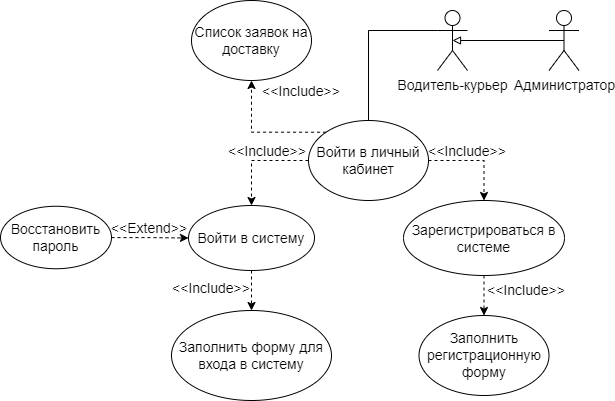
Earlier version of the draw.io export Diagrams/Диаграмма прецедентов (Use-case diagram)/Use Case-Водитель-курьер.drawio.png (plnppt/Programming-technologies-project). Source tidied: cells renumbered, new cells last; positions are measured from the earlier drawing's top-left corner, leaving out a move shared by most shapes.
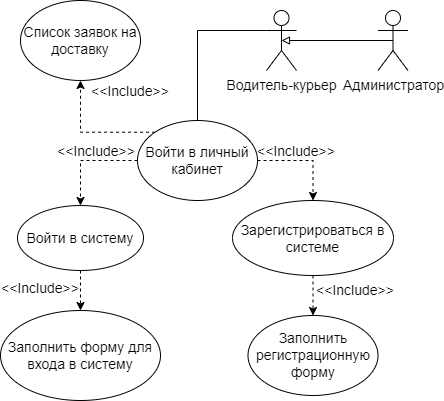
Above is the later version.

Change to the diagram source:
```diff
@@ -64,16 +64,5 @@
     <mxCell id="21" value="Администратор" style="shape=umlActor;verticalLabelPosition=bottom;verticalAlign=top;html=1;outlineConnect=0;fontSize=14;" parent="1" vertex="1">
       <mxGeometry x="548.5" y="10" width="30" height="60" as="geometry" />
     </mxCell>
-    <mxCell id="22" style="edgeStyle=orthogonalEdgeStyle;rounded=0;jettySize=auto;html=1;entryX=0;entryY=0.5;entryDx=0;entryDy=0;fontSize=14;startArrow=none;startFill=0;endArrow=classic;endFill=1;dashed=1;" parent="1" edge="1" source="23">
-      <mxGeometry relative="1" as="geometry">
-        <mxPoint x="188" y="237.5" as="targetPoint" />
-      </mxGeometry>
-    </mxCell>
-    <mxCell id="23" value="Восстановить пароль" style="ellipse;whiteSpace=wrap;html=1;fontSize=14;" parent="1" vertex="1">
-      <mxGeometry y="205.8" width="111" height="62.5" as="geometry" />
-    </mxCell>
-    <mxCell id="24" value="&amp;lt;&amp;lt;Extend&amp;gt;&amp;gt;" style="text;html=1;strokeColor=none;fillColor=none;align=center;verticalAlign=middle;whiteSpace=wrap;rounded=0;fontSize=14;" parent="1" vertex="1">
-      <mxGeometry x="119" y="213" width="60" height="30" as="geometry" />
-    </mxCell>
   </root>
 </mxGraphModel>
```
